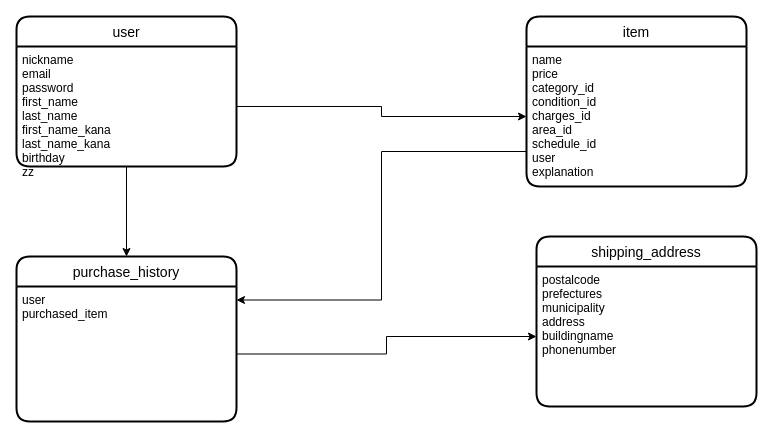
tmgg1212/furima-33015 keeps this draw.io diagram as furima.dio. Above is the earlier version. Source tidied: cells renumbered, new cells numbered last; positions are measured from the earlier drawing's top-left corner, leaving out a move shared by most shapes. Both pictures are drawn from the tidied source at 100%, with x=0, y=0 at pixel (16, 16).
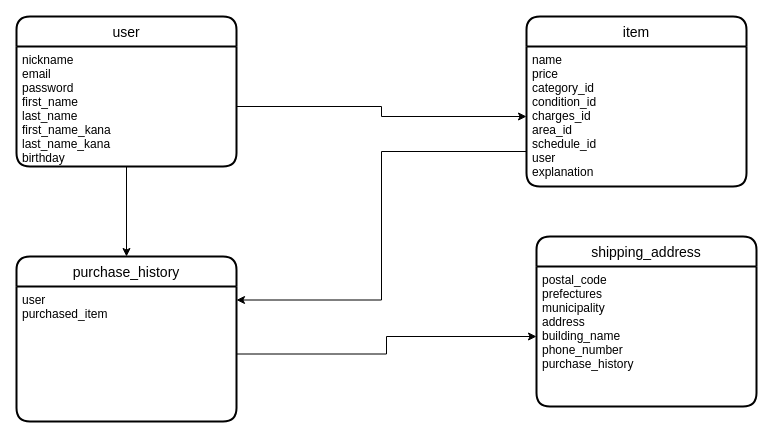
The same diagram, later.

What changed in the source:
```diff
@@
 <mxGraphModel>
   <root>
     <mxCell id="0" />
     <mxCell id="1" parent="0" />
     <mxCell id="2" value="user" style="swimlane;horizontal=1;startSize=30;rounded=1;fontSize=14;fontStyle=0;strokeWidth=2;shadow=0;dashed=0;align=center;" parent="1" vertex="1">
       <mxGeometry width="220" height="150" as="geometry" />
     </mxCell>
-    <mxCell id="3" value="nickname&#10;email&#10;password&#10;first_name&#10;last_name&#10;first_name_kana&#10;last_name_kana&#10;birthday&#10;zz&#10;" style="align=left;strokeColor=none;fillColor=none;spacingLeft=4;fontSize=12;verticalAlign=top;" parent="2" vertex="1">
+    <mxCell id="3" value="nickname&#10;email&#10;password&#10;first_name&#10;last_name&#10;first_name_kana&#10;last_name_kana&#10;birthday&#10;" style="align=left;strokeColor=none;fillColor=none;spacingLeft=4;fontSize=12;verticalAlign=top;" parent="2" vertex="1">
       <mxGeometry y="30" width="220" height="120" as="geometry" />
     </mxCell>
     <mxCell id="4" value="item" style="swimlane;horizontal=1;startSize=30;rounded=1;fontSize=14;fontStyle=0;strokeWidth=2;shadow=0;dashed=0;align=center;" parent="1" vertex="1">
       <mxGeometry x="510" width="220" height="170" as="geometry" />
     </mxCell>
     <mxCell id="5" style="edgeStyle=orthogonalEdgeStyle;rounded=0;orthogonalLoop=1;jettySize=auto;html=1;exitX=0.5;exitY=1;exitDx=0;exitDy=0;" parent="4" edge="1" source="6" target="6">
       <mxGeometry relative="1" as="geometry" />
     </mxCell>
     <mxCell id="6" value="name&#10;price&#10;category_id&#10;condition_id&#10;charges_id&#10;area_id&#10;schedule_id&#10;user&#10;explanation&#10;" style="align=left;strokeColor=none;fillColor=none;spacingLeft=4;fontSize=12;verticalAlign=top;" parent="4" vertex="1">
       <mxGeometry y="30" width="220" height="140" as="geometry" />
     </mxCell>
     <mxCell id="7" style="edgeStyle=orthogonalEdgeStyle;rounded=0;jettySize=auto;html=1;exitX=1;exitY=0.5;exitDx=0;exitDy=0;entryX=0;entryY=0.5;entryDx=0;entryDy=0;" parent="1" edge="1" source="3" target="6">
       <mxGeometry relative="1" as="geometry" />
     </mxCell>
     <mxCell id="8" value="shipping_address" style="swimlane;horizontal=1;startSize=30;rounded=1;fontSize=14;fontStyle=0;strokeWidth=2;shadow=0;dashed=0;align=center;" parent="1" vertex="1">
       <mxGeometry x="520" y="220" width="220" height="170" as="geometry" />
     </mxCell>
-    <mxCell id="9" value="postalcode&#10;prefectures&#10;municipality&#10;address&#10;buildingname&#10;phonenumber" style="align=left;strokeColor=none;fillColor=none;spacingLeft=4;fontSize=12;verticalAlign=top;" parent="8" vertex="1">
+    <mxCell id="9" value="postal_code&#10;prefectures&#10;municipality&#10;address&#10;building_name&#10;phone_number&#10;purchase_history" style="align=left;strokeColor=none;fillColor=none;spacingLeft=4;fontSize=12;verticalAlign=top;" parent="8" vertex="1">
       <mxGeometry y="30" width="220" height="140" as="geometry" />
     </mxCell>
     <mxCell id="10" value="purchase_history" style="swimlane;horizontal=1;startSize=30;rounded=1;fontSize=14;fontStyle=0;strokeWidth=2;shadow=0;dashed=0;align=center;" parent="1" vertex="1">
       <mxGeometry y="240" width="220" height="165" as="geometry" />
     </mxCell>
     <mxCell id="11" value="user&#10;purchased_item&#10;&#10;" style="align=left;strokeColor=none;fillColor=none;spacingLeft=4;fontSize=12;verticalAlign=top;" parent="10" vertex="1">
       <mxGeometry y="30" width="220" height="135" as="geometry" />
     </mxCell>
     <mxCell id="12" style="edgeStyle=orthogonalEdgeStyle;rounded=0;jettySize=auto;html=1;exitX=1;exitY=0.5;exitDx=0;exitDy=0;entryX=0;entryY=0.5;entryDx=0;entryDy=0;" parent="1" edge="1" source="11" target="9">
       <mxGeometry relative="1" as="geometry" />
     </mxCell>
     <mxCell id="13" style="edgeStyle=orthogonalEdgeStyle;rounded=0;jettySize=auto;html=1;exitX=0.5;exitY=1;exitDx=0;exitDy=0;entryX=0.5;entryY=0;entryDx=0;entryDy=0;" parent="1" edge="1" source="3" target="10">
       <mxGeometry relative="1" as="geometry" />
     </mxCell>
     <mxCell id="14" style="edgeStyle=orthogonalEdgeStyle;rounded=0;jettySize=auto;html=1;exitX=0;exitY=0.75;exitDx=0;exitDy=0;entryX=1;entryY=0.1;entryDx=0;entryDy=0;entryPerimeter=0;" parent="1" edge="1" source="6" target="11">
       <mxGeometry relative="1" as="geometry" />
     </mxCell>
   </root>
 </mxGraphModel>
```
